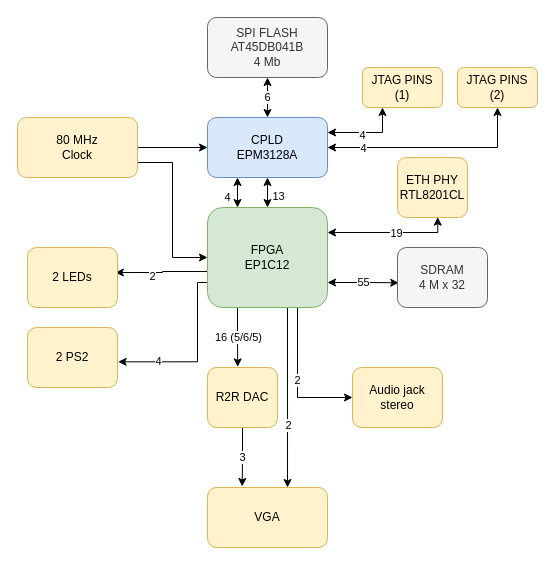
Earlier version of the draw.io diagram docs/src/diagram.drawio (gzalo/ncomputing-l130). Source tidied: cells renumbered, new cells numbered last; positions are measured from the earlier drawing's top-left corner, leaving out a move shared by most shapes. Both pictures are drawn from the tidied source at 100%, with x=0, y=0 at pixel (17, 17).
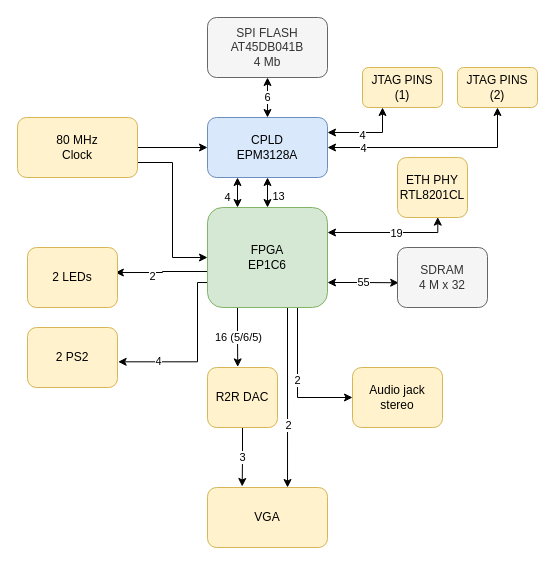
The same diagram, later.

Change to the diagram source:
```diff
@@
-    <mxCell id="24" value="FPGA&lt;br&gt;EP1C12" style="rounded=1;whiteSpace=wrap;html=1;fillColor=#d5e8d4;strokeColor=#82b366;" parent="1" vertex="1">
+    <mxCell id="24" value="FPGA&lt;br&gt;EP1C6" style="rounded=1;whiteSpace=wrap;html=1;fillColor=#d5e8d4;strokeColor=#82b366;" parent="1" vertex="1">
       <mxGeometry x="190" y="190" width="120" height="100" as="geometry" />
     </mxCell>
```
